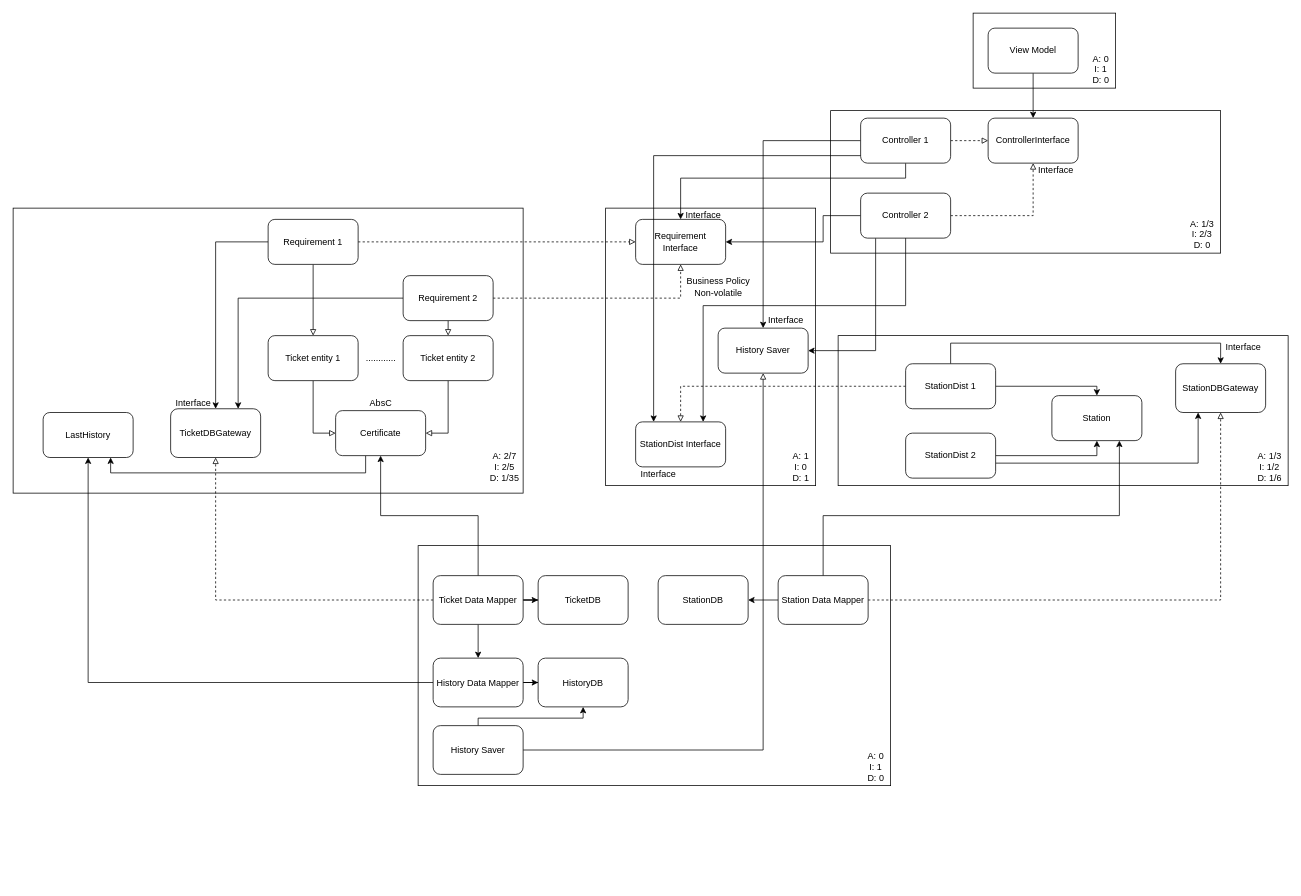
piapip/clean-architecture keeps this draw.io diagram as AFC.drawio. Above is the earlier version. Source tidied: cells renumbered, new cells numbered last; positions are measured from the earlier drawing's top-left corner, leaving out a move shared by most shapes. Both pictures are drawn from the tidied source at 75%, with x=0, y=0 at pixel (13, 13).
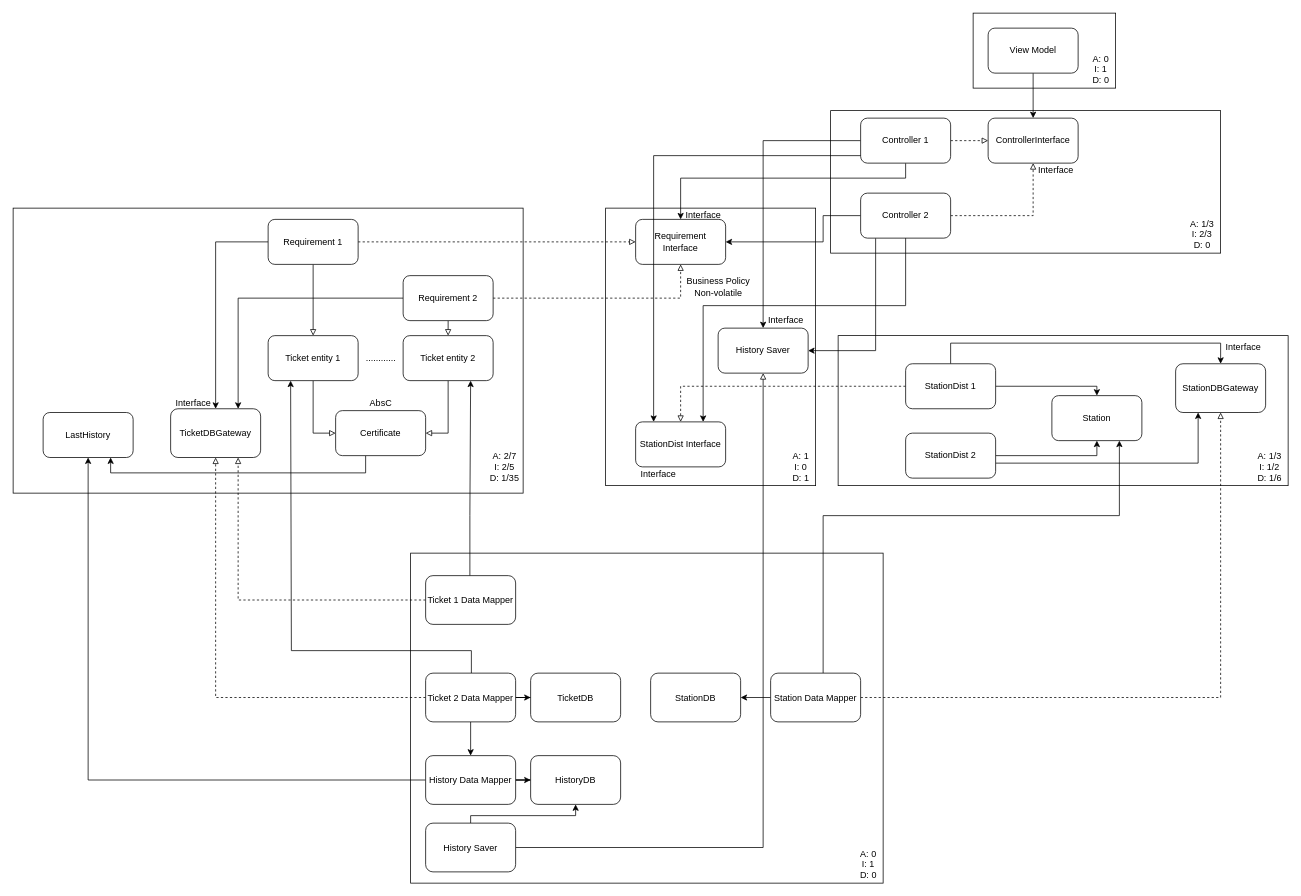
Above is the later version.

The change refers to these unchanged cells:
```xml
<mxCell id="6" value="Certificate" style="rounded=1;whiteSpace=wrap;html=1;" parent="1" vertex="1">
  <mxGeometry x="430" y="530" width="120" height="60" as="geometry" />
</mxCell>
<mxCell id="9" value="Ticket entity 1" style="rounded=1;whiteSpace=wrap;html=1;" parent="1" vertex="1">
  <mxGeometry x="340" y="430" width="120" height="60" as="geometry" />
</mxCell>
<mxCell id="11" value="Ticket entity 2" style="rounded=1;whiteSpace=wrap;html=1;" parent="1" vertex="1">
  <mxGeometry x="520" y="430" width="120" height="60" as="geometry" />
</mxCell>
<mxCell id="49" value="TicketDBGateway" style="rounded=1;whiteSpace=wrap;html=1;" parent="1" vertex="1">
  <mxGeometry x="210" y="527.5" width="120" height="65" as="geometry" />
</mxCell>
```

Diff of the diagram source:
```diff
@@
     <mxCell id="37" style="rounded=0;whiteSpace=wrap;html=1;" parent="1" vertex="1">
-      <mxGeometry x="540" y="710" width="630" height="320" as="geometry" />
+      <mxGeometry x="530" y="720" width="630" height="440" as="geometry" />
     </mxCell>
@@
     <mxCell id="41" value="Station Data Mapper" style="rounded=1;whiteSpace=wrap;html=1;" parent="1" vertex="1">
-      <mxGeometry x="1020" y="750" width="120" height="65" as="geometry" />
+      <mxGeometry x="1010" y="880" width="120" height="65" as="geometry" />
     </mxCell>
@@
-    <mxCell id="46" style="edgeStyle=orthogonalEdgeStyle;rounded=0;jettySize=auto;html=1;entryX=0.5;entryY=1;entryDx=0;entryDy=0;" parent="1" edge="1" source="48" target="6">
-      <mxGeometry relative="1" as="geometry">
-        <Array as="points">
-          <mxPoint x="620" y="670" />
-          <mxPoint x="490" y="670" />
-        </Array>
-      </mxGeometry>
-    </mxCell>
@@
+    <mxCell id="83" style="edgeStyle=orthogonalEdgeStyle;rounded=0;jettySize=auto;html=1;entryX=0.25;entryY=1;entryDx=0;entryDy=0;" parent="1" edge="1" source="48" target="9">
+      <mxGeometry relative="1" as="geometry">
+        <Array as="points">
+          <mxPoint x="611" y="850" />
+          <mxPoint x="371" y="850" />
+        </Array>
+      </mxGeometry>
+    </mxCell>
-    <mxCell id="48" value="Ticket Data Mapper" style="rounded=1;whiteSpace=wrap;html=1;" parent="1" vertex="1">
-      <mxGeometry x="560" y="750" width="120" height="65" as="geometry" />
+    <mxCell id="48" value="Ticket 2 Data Mapper" style="rounded=1;whiteSpace=wrap;html=1;" parent="1" vertex="1">
+      <mxGeometry x="550" y="880" width="120" height="65" as="geometry" />
     </mxCell>
@@
     <mxCell id="51" value="A: 0&lt;br&gt;I: 1&lt;br&gt;D: 0" style="text;html=1;align=center;verticalAlign=middle;" parent="1" vertex="1">
-      <mxGeometry x="1130" y="980" width="40" height="50" as="geometry" />
+      <mxGeometry x="1120" y="1110" width="40" height="50" as="geometry" />
     </mxCell>
@@
     <mxCell id="68" value="TicketDB" style="rounded=1;whiteSpace=wrap;html=1;" parent="1" vertex="1">
-      <mxGeometry x="700" y="750" width="120" height="65" as="geometry" />
+      <mxGeometry x="690" y="880" width="120" height="65" as="geometry" />
     </mxCell>
     <mxCell id="69" value="StationDB" style="rounded=1;whiteSpace=wrap;html=1;" parent="1" vertex="1">
-      <mxGeometry x="860" y="750" width="120" height="65" as="geometry" />
+      <mxGeometry x="850" y="880" width="120" height="65" as="geometry" />
     </mxCell>
@@
     <mxCell id="73" value="History Data Mapper" style="rounded=1;whiteSpace=wrap;html=1;" parent="1" vertex="1">
-      <mxGeometry x="560" y="860" width="120" height="65" as="geometry" />
+      <mxGeometry x="550" y="990" width="120" height="65" as="geometry" />
     </mxCell>
     <mxCell id="74" value="HistoryDB" style="rounded=1;whiteSpace=wrap;html=1;" parent="1" vertex="1">
-      <mxGeometry x="700" y="860" width="120" height="65" as="geometry" />
+      <mxGeometry x="690" y="990" width="120" height="65" as="geometry" />
     </mxCell>
@@
     <mxCell id="80" style="edgeStyle=orthogonalEdgeStyle;rounded=0;jettySize=auto;html=1;entryX=0.5;entryY=1;entryDx=0;entryDy=0;" parent="1" edge="1" source="82" target="74">
       <mxGeometry relative="1" as="geometry">
         <Array as="points">
-          <mxPoint x="620" y="940" />
-          <mxPoint x="760" y="940" />
+          <mxPoint x="610" y="1070" />
+          <mxPoint x="750" y="1070" />
         </Array>
       </mxGeometry>
     </mxCell>
@@
     <mxCell id="82" value="History Saver" style="rounded=1;whiteSpace=wrap;html=1;" parent="1" vertex="1">
-      <mxGeometry x="560" y="950" width="120" height="65" as="geometry" />
+      <mxGeometry x="550" y="1080" width="120" height="65" as="geometry" />
     </mxCell>
+    <mxCell id="84" style="edgeStyle=orthogonalEdgeStyle;rounded=0;jettySize=auto;html=1;entryX=0.75;entryY=1;entryDx=0;entryDy=0;" parent="1" edge="1" source="86" target="11">
+      <mxGeometry relative="1" as="geometry">
+        <Array as="points">
+          <mxPoint x="609" y="670" />
+          <mxPoint x="609" y="670" />
+        </Array>
+      </mxGeometry>
+    </mxCell>
+    <mxCell id="85" style="edgeStyle=orthogonalEdgeStyle;rounded=0;jettySize=auto;html=1;entryX=0.75;entryY=1;entryDx=0;entryDy=0;dashed=1;endArrow=block;endFill=0;" parent="1" edge="1" source="86" target="49">
+      <mxGeometry relative="1" as="geometry" />
+    </mxCell>
+    <mxCell id="86" value="Ticket 1 Data Mapper" style="rounded=1;whiteSpace=wrap;html=1;" parent="1" vertex="1">
+      <mxGeometry x="550" y="750" width="120" height="65" as="geometry" />
+    </mxCell>
```
